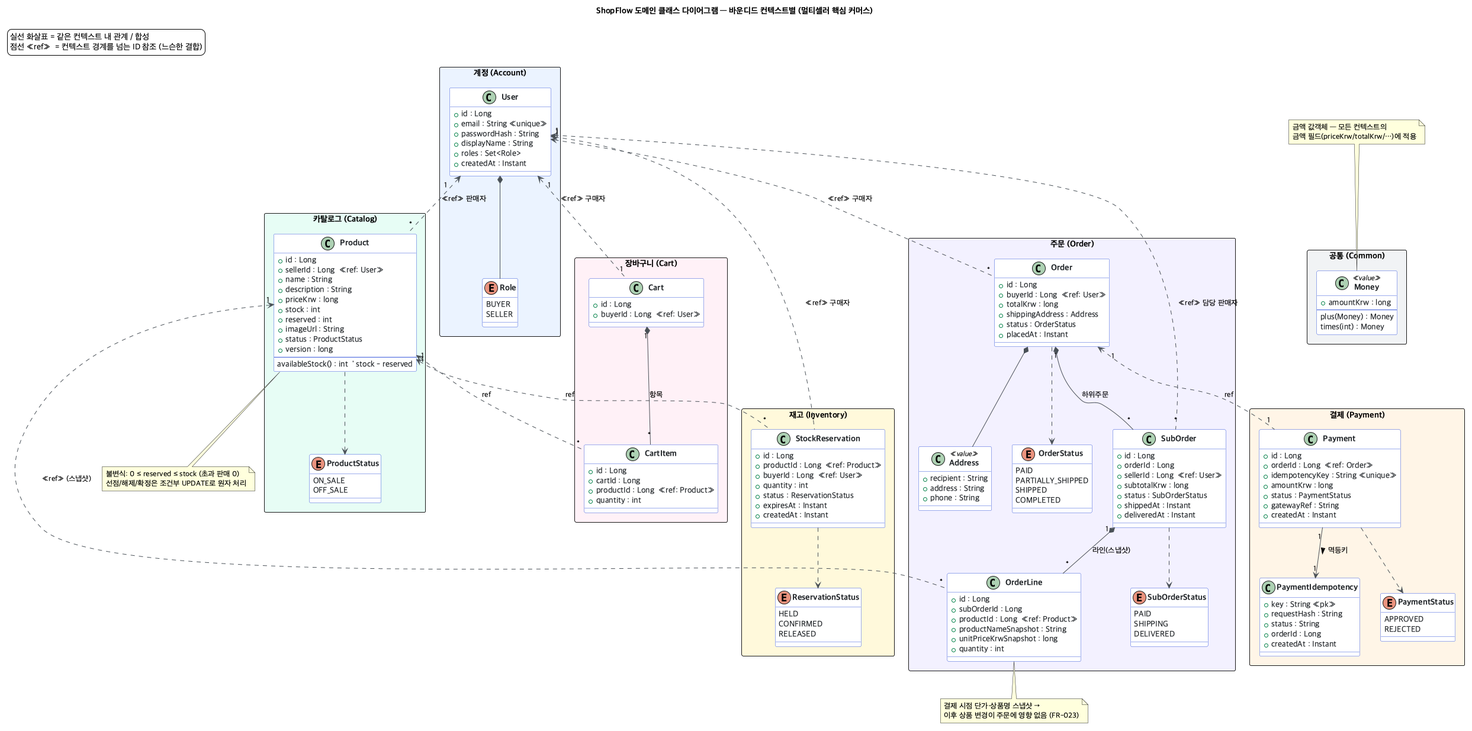
Above: specs/001-marketplace-core/diagrams/domain-class-marketplace-core.png in frentis-ai-study/shopflow (PlantUML), before the change.
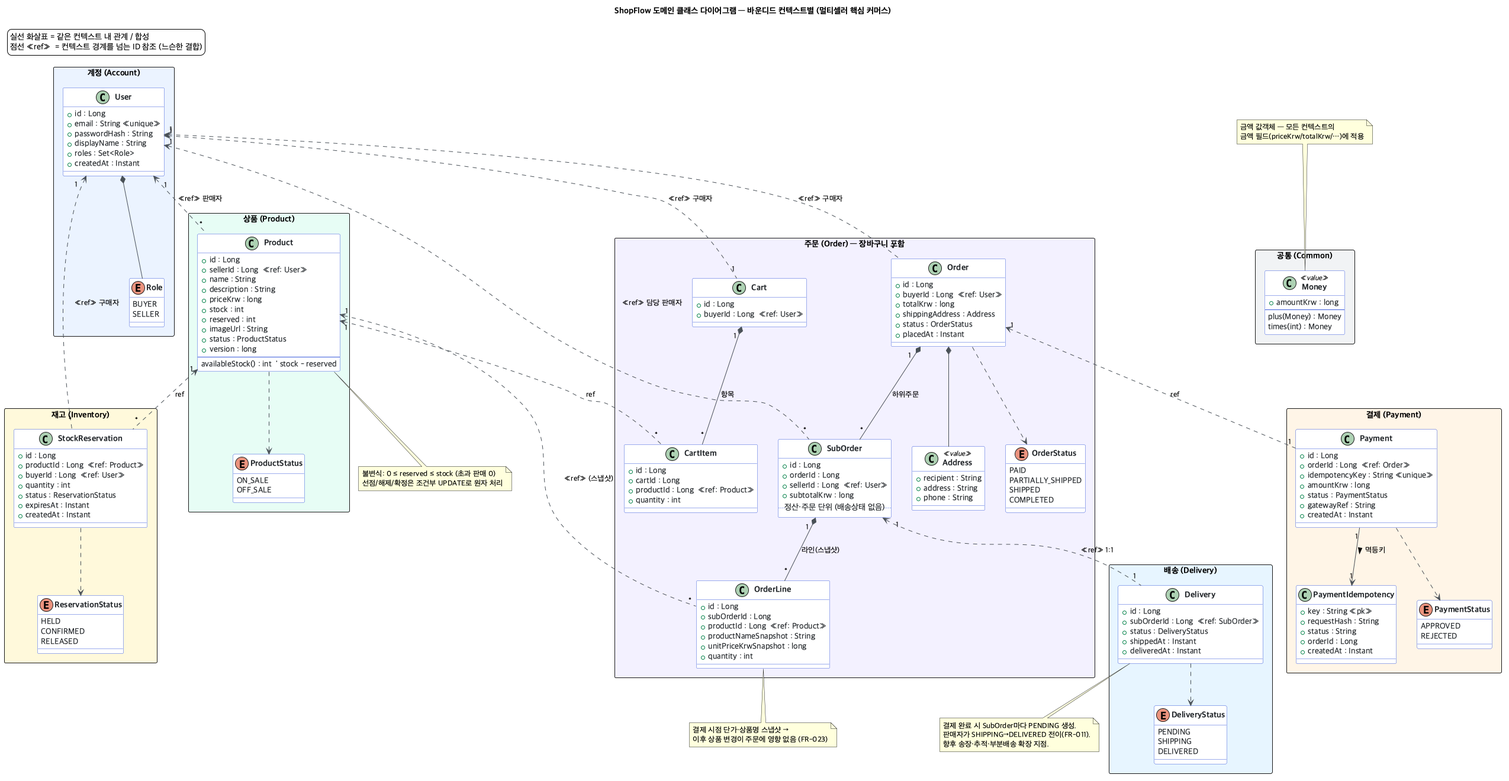
After the commit.

Commit message:
refactor(plan): 배송을 별도 바운디드 컨텍스트(Delivery)로 분리 (#2)

Diff of the diagram source:
```diff
@@ -37,7 +37,7 @@
   User *-- Role
 }
 
-package "카탈로그 (Catalog)" <<Rectangle>> #E6FCF5 {
+package "상품 (Product)" <<Rectangle>> #E6FCF5 {
   class Product {
     +id : Long
     +sellerId : Long  <<ref: User>>
@@ -59,7 +59,7 @@
   Product ..> ProductStatus
 }
 
-package "장바구니 (Cart)" <<Rectangle>> #FFF0F6 {
+package "주문 (Order) — 장바구니 포함" <<Rectangle>> #F3F0FF {
   class Cart {
     +id : Long
     +buyerId : Long  <<ref: User>>
@@ -70,10 +70,6 @@
     +productId : Long  <<ref: Product>>
     +quantity : int
   }
-  Cart "1" *-- "*" CartItem : 항목
-}
-
-package "주문 (Order)" <<Rectangle>> #F3F0FF {
   class Order {
     +id : Long
     +buyerId : Long  <<ref: User>>
@@ -87,9 +83,7 @@
     +orderId : Long
     +sellerId : Long  <<ref: User>>
     +subtotalKrw : long
-    +status : SubOrderStatus
-    +shippedAt : Instant
-    +deliveredAt : Instant
+    .. 정산·주문 단위 (배송상태 없음) ..
   }
   class OrderLine {
     +id : Long
@@ -110,16 +104,11 @@
     SHIPPED
     COMPLETED
   }
-  enum SubOrderStatus {
-    PAID
-    SHIPPING
-    DELIVERED
-  }
+  Cart "1" *-- "*" CartItem : 항목
   Order "1" *-- "*" SubOrder : 하위주문
   SubOrder "1" *-- "*" OrderLine : 라인(스냅샷)
   Order *-- Address
   Order ..> OrderStatus
-  SubOrder ..> SubOrderStatus
 }
 
 package "결제 (Payment)" <<Rectangle>> #FFF4E6 {
@@ -165,6 +154,22 @@
   StockReservation ..> ReservationStatus
 }
 
+package "배송 (Delivery)" <<Rectangle>> #E7F5FF {
+  class Delivery {
+    +id : Long
+    +subOrderId : Long  <<ref: SubOrder>>
+    +status : DeliveryStatus
+    +shippedAt : Instant
+    +deliveredAt : Instant
+  }
+  enum DeliveryStatus {
+    PENDING
+    SHIPPING
+    DELIVERED
+  }
+  Delivery ..> DeliveryStatus
+}
+
 package "공통 (Common)" <<Rectangle>> #F1F3F5 {
   class Money <<value>> {
     +amountKrw : long
@@ -183,6 +188,7 @@
 Product "1" <.. "*" StockReservation : «ref»
 User "1" <.. "*" StockReservation : «ref» 구매자
 Order "1" <.. "1" Payment : «ref»
+SubOrder "1" <.. "1" Delivery : «ref» 1:1
 
 note bottom of Product
   불변식: 0 ≤ reserved ≤ stock (초과 판매 0)
@@ -194,6 +200,12 @@
   이후 상품 변경이 주문에 영향 없음 (FR-023)
 end note
 
+note bottom of Delivery
+  결제 완료 시 SubOrder마다 PENDING 생성.
+  판매자가 SHIPPING→DELIVERED 전이(FR-011).
+  향후 송장·추적·부분배송 확장 지점.
+end note
+
 note top of Money
   금액 값객체 — 모든 컨텍스트의
   금액 필드(priceKrw/totalKrw/…)에 적용
```
